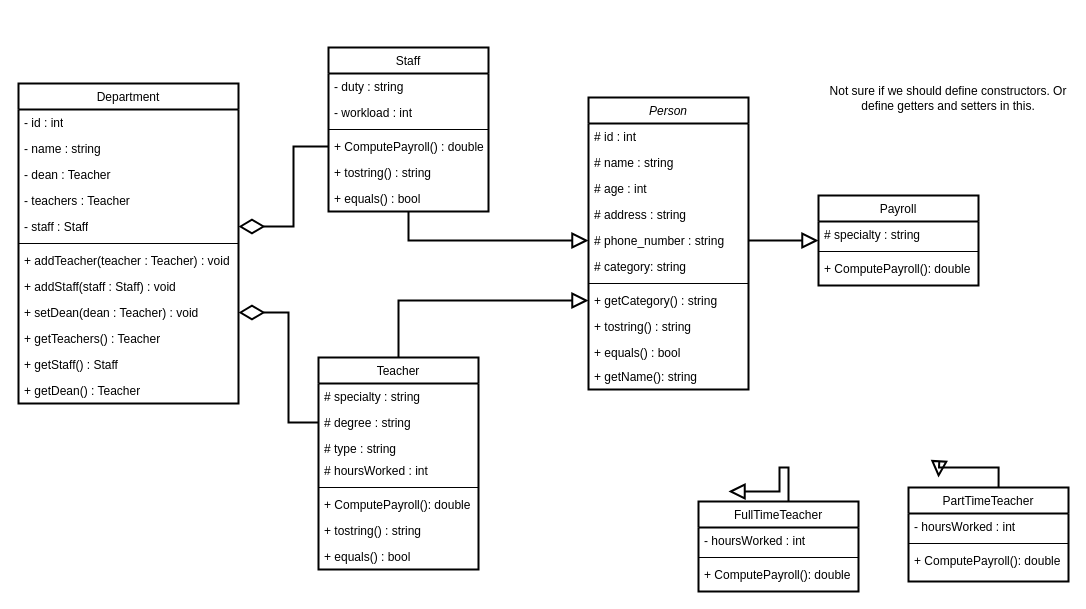
Before: UML Diagram.drawio in WilliamAbrokwah/GitHub-Test, a draw.io diagram. Source tidied: cells renumbered, new cells numbered last; positions are measured from the earlier drawing's top-left corner, leaving out a move shared by most shapes. Both pictures are drawn from the tidied source at 100%, with x=0, y=0 at pixel (18, 47).
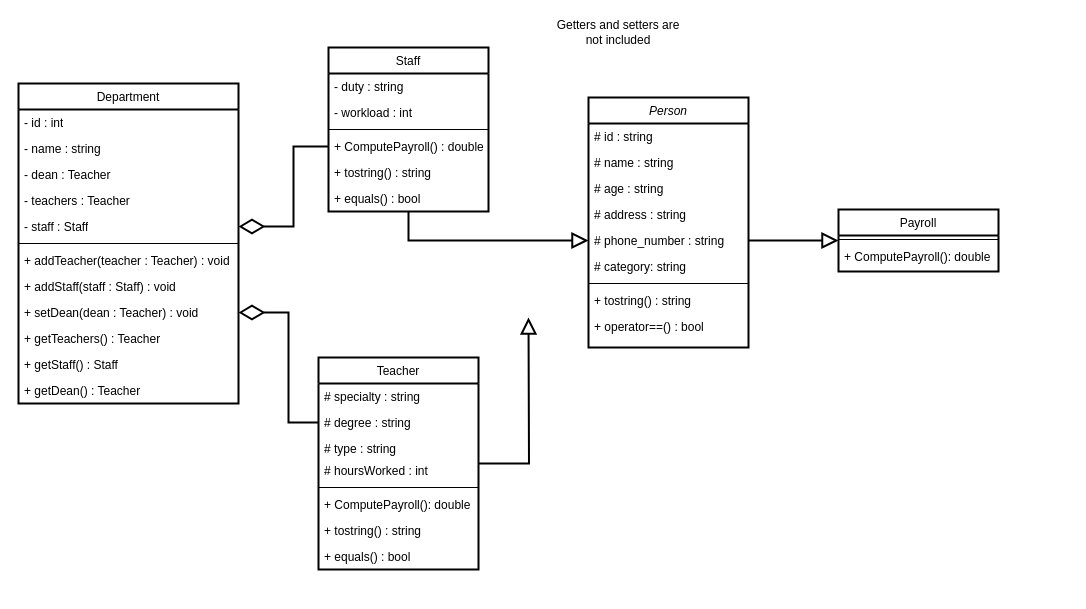
Above is the later version.

Unchanged cells that the change refers to:
```xml
<mxCell id="15" value="Teacher" style="swimlane;fontStyle=0;align=center;verticalAlign=top;horizontal=1;startSize=26;rounded=0;shadow=0;strokeWidth=2;" parent="1" vertex="1">
  <mxGeometry x="300" y="310" width="160" height="212" as="geometry" />
</mxCell>
```

Diff of the diagram source:
```diff
@@
     <mxCell id="2" value="Person" style="swimlane;fontStyle=2;align=center;verticalAlign=top;horizontal=1;startSize=26;rounded=0;shadow=0;strokeWidth=2;" parent="1" vertex="1">
-      <mxGeometry x="570" y="50" width="160" height="292" as="geometry" />
+      <mxGeometry x="570" y="50" width="160" height="250" as="geometry" />
     </mxCell>
-    <mxCell id="3" value="# id : int" style="text;strokeColor=none;fillColor=none;align=left;verticalAlign=top;spacingLeft=4;spacingRight=4;overflow=hidden;whiteSpace=wrap;html=1;" parent="2" vertex="1">
+    <mxCell id="3" value="# id : string" style="text;strokeColor=none;fillColor=none;align=left;verticalAlign=top;spacingLeft=4;spacingRight=4;overflow=hidden;whiteSpace=wrap;html=1;" parent="2" vertex="1">
       <mxGeometry y="26" width="160" height="26" as="geometry" />
     </mxCell>
@@
-    <mxCell id="5" value="# age : int" style="text;align=left;verticalAlign=top;spacingLeft=4;spacingRight=4;overflow=hidden;rounded=0;shadow=0;html=0;" parent="2" vertex="1">
+    <mxCell id="5" value="# age : string" style="text;align=left;verticalAlign=top;spacingLeft=4;spacingRight=4;overflow=hidden;rounded=0;shadow=0;html=0;" parent="2" vertex="1">
       <mxGeometry y="78" width="160" height="26" as="geometry" />
     </mxCell>
@@
-    <mxCell id="10" value="+ getCategory() : string" style="text;strokeColor=none;fillColor=none;align=left;verticalAlign=top;spacingLeft=4;spacingRight=4;overflow=hidden;points=[[0,0.5],[1,0.5]];portConstraint=eastwest;whiteSpace=wrap;html=1;" parent="2" vertex="1">
-      <mxGeometry y="190" width="160" height="26" as="geometry" />
-    </mxCell>
     <mxCell id="11" value="+ tostring() : string" style="text;align=left;verticalAlign=top;spacingLeft=4;spacingRight=4;overflow=hidden;" parent="2" vertex="1">
-      <mxGeometry y="216" width="160" height="26" as="geometry" />
+      <mxGeometry y="190" width="160" height="26" as="geometry" />
     </mxCell>
-    <mxCell id="12" value="+ equals() : bool" style="text;strokeColor=none;fillColor=none;align=left;verticalAlign=top;spacingLeft=4;spacingRight=4;overflow=hidden;whiteSpace=wrap;html=1;" parent="2" vertex="1">
-      <mxGeometry y="242" width="160" height="24" as="geometry" />
+    <mxCell id="12" value="+ operator==() : bool" style="text;strokeColor=none;fillColor=none;align=left;verticalAlign=top;spacingLeft=4;spacingRight=4;overflow=hidden;whiteSpace=wrap;html=1;" parent="2" vertex="1">
+      <mxGeometry y="216" width="160" height="34" as="geometry" />
     </mxCell>
-    <mxCell id="13" value="+ getName(): string" style="text;strokeColor=none;fillColor=none;align=left;verticalAlign=top;spacingLeft=4;spacingRight=4;overflow=hidden;whiteSpace=wrap;html=1;" parent="2" vertex="1">
-      <mxGeometry y="266" width="160" height="26" as="geometry" />
-    </mxCell>
-    <mxCell id="14" style="edgeStyle=orthogonalEdgeStyle;rounded=0;jettySize=auto;html=1;entryX=0;entryY=0.5;entryDx=0;entryDy=0;strokeWidth=2;endSize=12;endArrow=block;endFill=0;" parent="1" edge="1" source="15" target="10">
-      <mxGeometry relative="1" as="geometry" />
+    <mxCell id="14" style="edgeStyle=orthogonalEdgeStyle;rounded=0;jettySize=auto;html=1;strokeWidth=2;endSize=12;endArrow=block;endFill=0;" parent="1" edge="1" source="15">
+      <mxGeometry relative="1" as="geometry">
+        <mxPoint x="510" y="270" as="targetPoint" />
+      </mxGeometry>
     </mxCell>
@@
-    <mxCell id="45" style="edgeStyle=orthogonalEdgeStyle;rounded=0;jettySize=auto;html=1;endArrow=block;endFill=0;fontSize=12;strokeWidth=2;endSize=12;" parent="1" edge="1" source="46">
-      <mxGeometry relative="1" as="geometry">
-        <mxPoint x="710" y="444" as="targetPoint" />
-        <Array as="points">
-          <mxPoint x="770" y="420" />
-          <mxPoint x="761" y="420" />
-        </Array>
-      </mxGeometry>
-    </mxCell>
-    <mxCell id="46" value="FullTimeTeacher" style="swimlane;fontStyle=0;align=center;verticalAlign=top;horizontal=1;startSize=26;rounded=0;shadow=0;strokeWidth=2;" parent="1" vertex="1">
-      <mxGeometry x="680" y="454" width="160" height="90" as="geometry" />
-    </mxCell>
-    <mxCell id="47" value="- hoursWorked : int" style="text;align=left;verticalAlign=top;spacingLeft=4;spacingRight=4;overflow=hidden;" parent="46" vertex="1">
-      <mxGeometry y="26" width="160" height="26" as="geometry" />
-    </mxCell>
-    <mxCell id="48" style="line;html=1;strokeWidth=1;align=left;verticalAlign=middle;spacingTop=-1;spacingLeft=3;spacingRight=3;labelPosition=right;" parent="46" vertex="1">
-      <mxGeometry y="52" width="160" height="8" as="geometry" />
-    </mxCell>
-    <mxCell id="49" value="+ ComputePayroll(): double" style="text;align=left;verticalAlign=top;spacingLeft=4;spacingRight=4;overflow=hidden;" parent="46" vertex="1">
-      <mxGeometry y="60" width="160" height="26" as="geometry" />
-    </mxCell>
-    <mxCell id="50" style="edgeStyle=orthogonalEdgeStyle;rounded=0;jettySize=auto;html=1;endArrow=block;endFill=0;endSize=12;strokeWidth=2;exitX=0.563;exitY=0;exitDx=0;exitDy=0;exitPerimeter=0;" parent="1" edge="1" source="51">
-      <mxGeometry relative="1" as="geometry">
-        <mxPoint x="920" y="430" as="targetPoint" />
-      </mxGeometry>
-    </mxCell>
-    <mxCell id="51" value="PartTimeTeacher" style="swimlane;fontStyle=0;align=center;verticalAlign=top;horizontal=1;startSize=26;rounded=0;shadow=0;strokeWidth=2;" parent="1" vertex="1">
-      <mxGeometry x="890" y="440" width="160" height="94" as="geometry" />
-    </mxCell>
-    <mxCell id="52" value="- hoursWorked : int" style="text;align=left;verticalAlign=top;spacingLeft=4;spacingRight=4;overflow=hidden;" parent="51" vertex="1">
-      <mxGeometry y="26" width="160" height="26" as="geometry" />
-    </mxCell>
-    <mxCell id="53" style="line;html=1;strokeWidth=1;align=left;verticalAlign=middle;spacingTop=-1;spacingLeft=3;spacingRight=3;labelPosition=right;" parent="51" vertex="1">
-      <mxGeometry y="52" width="160" height="8" as="geometry" />
-    </mxCell>
-    <mxCell id="54" value="+ ComputePayroll(): double" style="text;align=left;verticalAlign=top;spacingLeft=4;spacingRight=4;overflow=hidden;" parent="51" vertex="1">
-      <mxGeometry y="60" width="160" height="34" as="geometry" />
-    </mxCell>
@@
-    <mxCell id="57" value="Not sure if we should define constructors. Or define getters and setters in this." style="text;html=1;align=center;verticalAlign=middle;whiteSpace=wrap;rounded=0;" parent="1" vertex="1">
-      <mxGeometry x="810" y="36" width="240" height="30" as="geometry" />
-    </mxCell>
     <mxCell id="58" value="Payroll" style="swimlane;fontStyle=0;align=center;verticalAlign=top;horizontal=1;startSize=26;rounded=0;shadow=0;strokeWidth=2;" parent="1" vertex="1">
-      <mxGeometry x="800" y="148" width="160" height="90" as="geometry" />
+      <mxGeometry x="820" y="162" width="160" height="62" as="geometry" />
     </mxCell>
-    <mxCell id="59" value="# specialty : string" style="text;align=left;verticalAlign=top;spacingLeft=4;spacingRight=4;overflow=hidden;" parent="58" vertex="1">
-      <mxGeometry y="26" width="160" height="26" as="geometry" />
-    </mxCell>
     <mxCell id="60" style="line;html=1;strokeWidth=1;align=left;verticalAlign=middle;spacingTop=-1;spacingLeft=3;spacingRight=3;labelPosition=right;" parent="58" vertex="1">
-      <mxGeometry y="52" width="160" height="8" as="geometry" />
+      <mxGeometry y="26" width="160" height="8" as="geometry" />
     </mxCell>
     <mxCell id="61" value="+ ComputePayroll(): double" style="text;align=left;verticalAlign=top;spacingLeft=4;spacingRight=4;overflow=hidden;" parent="58" vertex="1">
-      <mxGeometry y="60" width="160" height="26" as="geometry" />
+      <mxGeometry y="34" width="160" height="26" as="geometry" />
     </mxCell>
@@
+    <mxCell id="63" value="Getters and setters are not included" style="text;html=1;align=center;verticalAlign=middle;whiteSpace=wrap;rounded=0;" parent="1" vertex="1">
+      <mxGeometry x="530" y="-30" width="140" height="30" as="geometry" />
+    </mxCell>
```
